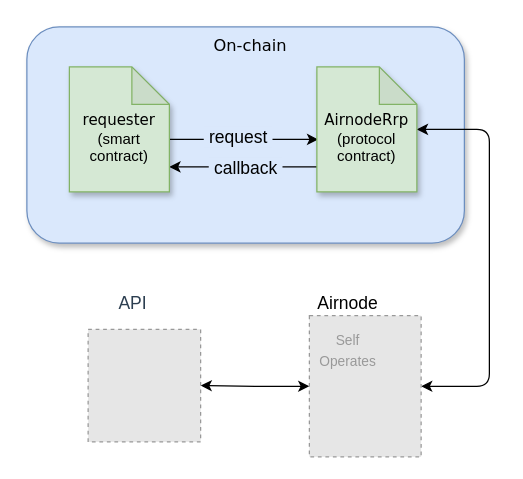
Earlier version of the draw.io diagram docs/qrng/assets/diagrams/access-overview.drawio (api3dao/old-api3-docs). Source tidied: cells renumbered, new cells numbered last; positions are measured from the earlier drawing's top-left corner, leaving out a move shared by most shapes. Both pictures are drawn from the tidied source at 125%, with x=0, y=0 at pixel (26, 26). Pictures stored in the file or linked from it are replaced by grey dashed boxes.
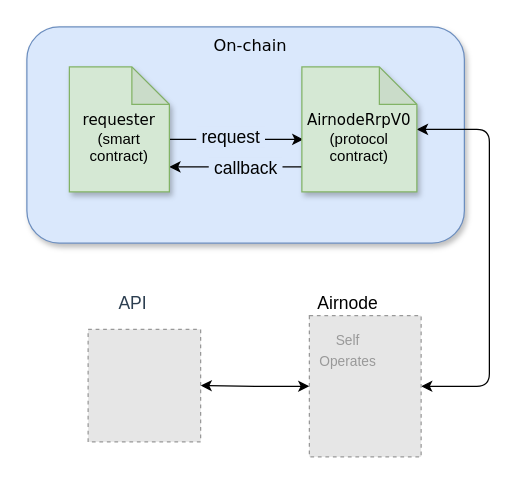
The same page after the edit.

Commit message (it also covers changes not shown here):
Using AirnodeRrpV0 and RrpRequesterV0

What changed in the source:
```diff
@@
 <mxGraphModel>
   <root>
     <mxCell id="0" />
     <mxCell id="1" parent="0" />
     <mxCell id="2" style="rounded=1;whiteSpace=wrap;html=1;shadow=1;fillColor=#dae8fc;strokeColor=#6c8ebf;" parent="1" vertex="1">
       <mxGeometry width="350" height="173" as="geometry" />
     </mxCell>
     <mxCell id="3" value="&lt;font face=&quot;Verdana&quot; style=&quot;font-size: 13px&quot;&gt;On-chain&lt;/font&gt;" style="text;html=1;strokeColor=none;fillColor=none;align=center;verticalAlign=middle;whiteSpace=wrap;rounded=0;shadow=1;fontSize=14;" parent="1" vertex="1">
       <mxGeometry x="129" width="100" height="30" as="geometry" />
     </mxCell>
     <mxCell id="4" style="edgeStyle=orthogonalEdgeStyle;jettySize=auto;html=1;entryX=1;entryY=0.5;entryDx=0;entryDy=0;fontSize=11;rounded=1;startArrow=classic;startFill=1;" parent="1" edge="1" source="14" target="6">
       <mxGeometry relative="1" as="geometry">
         <Array as="points">
           <mxPoint x="370" y="82" />
           <mxPoint x="370" y="288" />
         </Array>
       </mxGeometry>
     </mxCell>
     <mxCell id="5" style="edgeStyle=orthogonalEdgeStyle;rounded=0;jettySize=auto;html=1;entryX=0.5;entryY=0;entryDx=0;entryDy=0;fontSize=11;startArrow=classic;startFill=1;" parent="1" edge="1" source="6" target="9">
       <mxGeometry relative="1" as="geometry" />
     </mxCell>
     <mxCell id="6" style="fillColor=#E6E6E6;strokeColor=#999999;dashed=1;verticalLabelPosition=bottom;labelBackgroundColor=#ffffff;verticalAlign=top;" parent="1" vertex="1">
       <mxGeometry x="226" y="231" width="89.4" height="113" as="geometry" />
     </mxCell>
     <mxCell id="7" value="&amp;nbsp;Airnode&amp;nbsp;" style="text;html=1;strokeColor=none;fillColor=none;align=center;verticalAlign=middle;whiteSpace=wrap;rounded=0;fontSize=14;" parent="1" vertex="1">
       <mxGeometry x="222" y="211" width="70" height="20" as="geometry" />
     </mxCell>
     <mxCell id="8" value="&lt;font style=&quot;font-size: 11px&quot;&gt;Self &lt;br&gt;Operates&lt;/font&gt;" style="text;html=1;strokeColor=none;fillColor=none;align=center;verticalAlign=middle;whiteSpace=wrap;rounded=0;fontSize=14;fontColor=#999999;" parent="1" vertex="1">
       <mxGeometry x="212" y="243" width="90" height="30" as="geometry" />
     </mxCell>
     <mxCell id="9" style="fillColor=#E6E6E6;strokeColor=#999999;dashed=1;verticalLabelPosition=bottom;labelBackgroundColor=#ffffff;verticalAlign=top;rotation=90;" parent="1" vertex="1">
       <mxGeometry x="49" y="242" width="90" height="90" as="geometry" />
     </mxCell>
     <mxCell id="10" style="endArrow=classic;html=1;rounded=1;fontSize=14;entryX=0.013;entryY=0.58;entryDx=0;entryDy=0;entryPerimeter=0;exitX=0.988;exitY=0.58;exitDx=0;exitDy=0;exitPerimeter=0;" parent="1" edge="1" source="15" target="14">
       <mxGeometry relative="1" as="geometry" />
     </mxCell>
     <mxCell id="11" value="&amp;nbsp;request&amp;nbsp;" style="edgeLabel;html=1;align=center;verticalAlign=middle;fontSize=14;labelBackgroundColor=#DAE8FC;" parent="10" vertex="1">
       <mxGeometry x="-0.09" y="3" relative="1" as="geometry" />
     </mxCell>
     <mxCell id="12" style="endArrow=classic;html=1;rounded=1;fontSize=14;entryX=1;entryY=0.8;entryDx=0;entryDy=0;entryPerimeter=0;" parent="1" edge="1" target="15">
       <mxGeometry relative="1" as="geometry">
         <mxPoint x="240" y="112" as="sourcePoint" />
       </mxGeometry>
     </mxCell>
     <mxCell id="13" value="&lt;span&gt;&amp;nbsp;callback&amp;nbsp;&lt;/span&gt;" style="edgeLabel;html=1;align=center;verticalAlign=middle;fontSize=14;labelBorderColor=none;labelBackgroundColor=#DAE8FC;" parent="12" vertex="1">
       <mxGeometry x="0.16" relative="1" as="geometry">
         <mxPoint x="7" as="offset" />
       </mxGeometry>
     </mxCell>
-    <mxCell id="14" value="&lt;font style=&quot;font-size: 12px&quot;&gt;&lt;font face=&quot;Verdana&quot; style=&quot;font-size: 12px&quot;&gt;&lt;br&gt;AirnodeRrp&lt;br&gt;&lt;/font&gt;(protocol&lt;br&gt;contract)&lt;br&gt;&lt;/font&gt;" style="shape=note;whiteSpace=wrap;html=1;backgroundOutline=1;darkOpacity=0.05;shadow=1;fillColor=#d5e8d4;strokeColor=#82b366;" parent="1" vertex="1">
-      <mxGeometry x="232" y="32" width="80" height="100" as="geometry" />
+    <mxCell id="14" value="&lt;font style=&quot;font-size: 12px&quot;&gt;&lt;font face=&quot;Verdana&quot; style=&quot;font-size: 12px&quot;&gt;&lt;br&gt;AirnodeRrpV0&lt;br&gt;&lt;/font&gt;(protocol&lt;br&gt;contract)&lt;br&gt;&lt;/font&gt;" style="shape=note;whiteSpace=wrap;html=1;backgroundOutline=1;darkOpacity=0.05;shadow=1;fillColor=#d5e8d4;strokeColor=#82b366;" parent="1" vertex="1">
+      <mxGeometry x="220" y="32" width="92" height="100" as="geometry" />
     </mxCell>
     <mxCell id="15" value="&lt;font style=&quot;font-size: 12px&quot;&gt;&lt;font face=&quot;Verdana&quot; style=&quot;font-size: 12px&quot;&gt;&lt;br&gt;requester&lt;br&gt;&lt;/font&gt;(smart&lt;br&gt;contract)&lt;br&gt;&lt;/font&gt;" style="shape=note;whiteSpace=wrap;html=1;backgroundOutline=1;darkOpacity=0.05;shadow=1;fillColor=#d5e8d4;strokeColor=#82b366;" parent="1" vertex="1">
       <mxGeometry x="34" y="32" width="80" height="100" as="geometry" />
     </mxCell>
     <mxCell id="16" value="&lt;font style=&quot;font-size: 14px&quot;&gt;&lt;span style=&quot;color: rgb(44 , 62 , 80) ; background-color: rgb(255 , 255 , 255)&quot;&gt;&amp;nbsp;API&amp;nbsp;&lt;/span&gt;&lt;br&gt;&lt;/font&gt;" style="text;html=1;strokeColor=none;fillColor=none;align=center;verticalAlign=middle;whiteSpace=wrap;rounded=0;fontSize=14;" parent="1" vertex="1">
       <mxGeometry x="70" y="211" width="30" height="20" as="geometry" />
     </mxCell>
   </root>
 </mxGraphModel>
```
